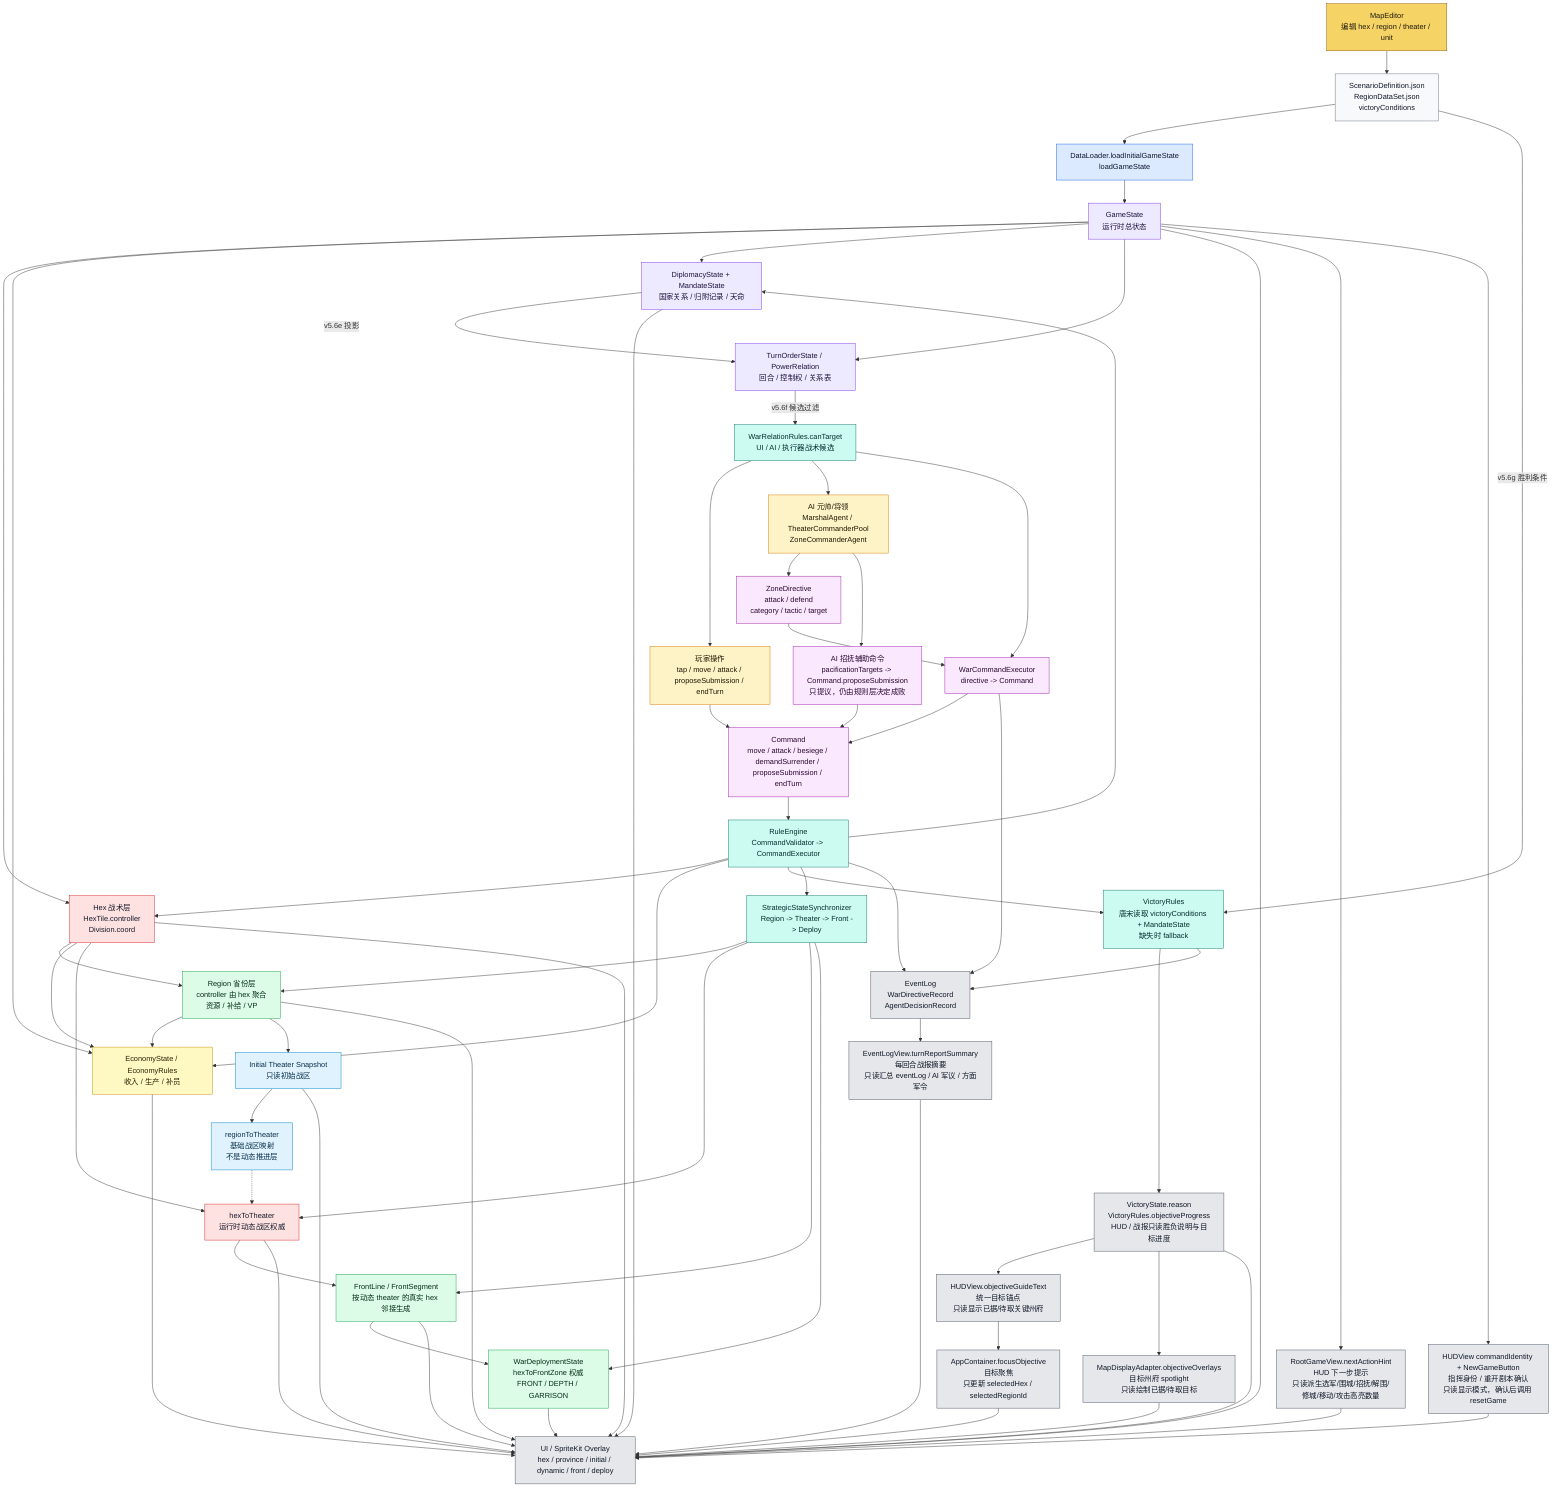
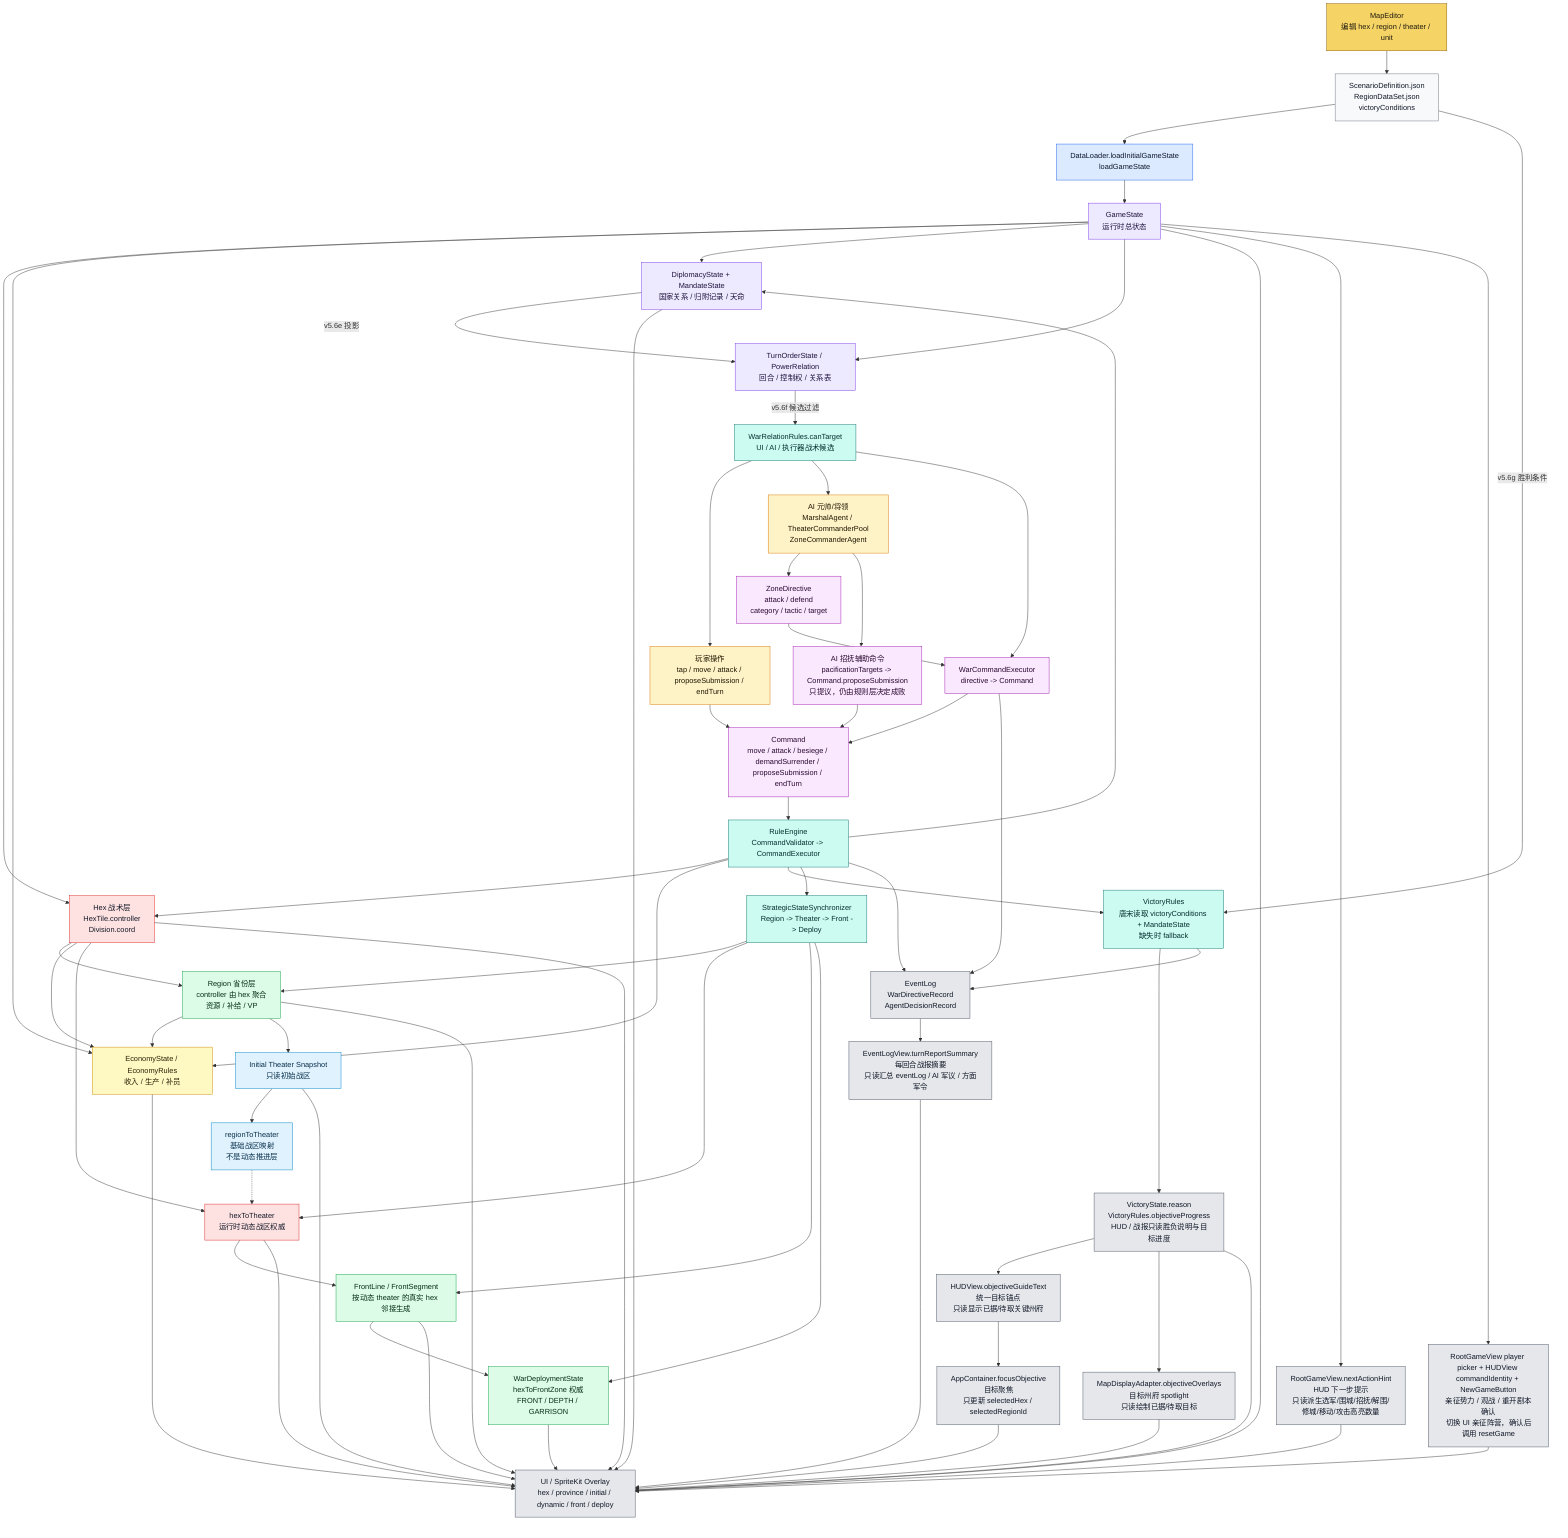
flowchart TD
    ME["MapEditor<br/>编辑 hex / region / theater / unit"]:::editor
    JSON["ScenarioDefinition.json<br/>RegionDataSet.json<br/>victoryConditions"]:::data
    DL["DataLoader.loadInitialGameState<br/>loadGameState"]:::loader
    GS["GameState<br/>运行时总状态"]:::state

    HEX["Hex 战术层<br/>HexTile.controller<br/>Division.coord"]:::authority
    REGION["Region 省份层<br/>controller 由 hex 聚合<br/>资源 / 补给 / VP"]:::derived
    INIT["Initial Theater Snapshot<br/>只读初始战区"]:::snapshot
    R2T["regionToTheater<br/>基础战区映射<br/>不是动态推进层"]:::snapshot
    H2T["hexToTheater<br/>运行时动态战区权威"]:::authority
    FRONT["FrontLine / FrontSegment<br/>按动态 theater 的真实 hex 邻接生成"]:::derived
    DEPLOY["WarDeploymentState<br/>hexToFrontZone 权威<br/>FRONT / DEPTH / GARRISON"]:::derived
    ECO["EconomyState / EconomyRules<br/>收入 / 生产 / 补员"]:::economy
    DIP["DiplomacyState + MandateState<br/>国家关系 / 归附记录 / 天命"]:::state
    TURN["TurnOrderState / PowerRelation<br/>回合 / 控制权 / 关系表"]:::state
    RELCAND["WarRelationRules.canTarget<br/>UI / AI / 执行器战术候选"]:::rules
    VICT["VictoryRules<br/>唐宋读取 victoryConditions + MandateState<br/>缺失时 fallback"]:::rules
    VICTEXT["VictoryState.reason<br/>VictoryRules.objectiveProgress<br/>HUD / 战报只读胜负说明与目标进度"]:::ui
    GOAL["HUDView.objectiveGuideText<br/>统一目标锚点<br/>只读显示已据/待取关键州府"]:::ui
    FOCUS["AppContainer.focusObjective<br/>目标聚焦<br/>只更新 selectedHex / selectedRegionId"]:::ui
    SPOTLIGHT["MapDisplayAdapter.objectiveOverlays<br/>目标州府 spotlight<br/>只读绘制已据/待取目标"]:::ui
    TURNREPORT["EventLogView.turnReportSummary<br/>每回合战报摘要<br/>只读汇总 eventLog / AI 军议 / 方面军令"]:::ui
-     SESSIONHUD["HUDView commandIdentity + NewGameButton<br/>指挥身份 / 重开剧本确认<br/>只读显示模式，确认后调用 resetGame"]:::ui
+     SESSIONHUD["RootGameView player picker + HUDView commandIdentity + NewGameButton<br/>亲征势力 / 观战 / 重开剧本确认<br/>切换 UI 亲征阵营，确认后调用 resetGame"]:::ui
    HINT["RootGameView.nextActionHint<br/>HUD 下一步提示<br/>只读派生选军/围城/招抚/解围/修城/移动/攻击高亮数量"]:::ui

    PLAYER["玩家操作<br/>tap / move / attack / proposeSubmission / endTurn"]:::input
    AI["AI 元帅/将领<br/>MarshalAgent / TheaterCommanderPool<br/>ZoneCommanderAgent"]:::input
    AIPAC["AI 招抚辅助命令<br/>pacificationTargets -> Command.proposeSubmission<br/>只提议，仍由规则层决定成败"]:::command
    ZD["ZoneDirective<br/>attack / defend<br/>category / tactic / target"]:::command
    WCE["WarCommandExecutor<br/>directive -> Command"]:::command
    CMD["Command<br/>move / attack / besiege / demandSurrender / proposeSubmission / endTurn"]:::command
    RE["RuleEngine<br/>CommandValidator -> CommandExecutor"]:::rules
    SYNC["StrategicStateSynchronizer<br/>Region -> Theater -> Front -> Deploy"]:::rules

    UI["UI / SpriteKit Overlay<br/>hex / province / initial / dynamic / front / deploy"]:::ui
    LOG["EventLog<br/>WarDirectiveRecord<br/>AgentDecisionRecord"]:::ui

    ME --> JSON --> DL --> GS
    GS --> HEX
    HEX --> REGION
    HEX --> ECO
    REGION --> ECO
    REGION --> INIT
    INIT --> R2T
    R2T -.-> H2T
    HEX --> H2T
    H2T --> FRONT --> DEPLOY
    GS --> ECO
    GS --> DIP
    GS --> TURN
    DIP -->|v5.6e 投影| TURN
    TURN -->|v5.6f 候选过滤| RELCAND
    JSON -->|v5.6g 胜利条件| VICT

    PLAYER --> CMD
    RELCAND --> PLAYER
    RELCAND --> AI
    RELCAND --> WCE
    AI --> ZD --> WCE --> CMD
    AI --> AIPAC --> CMD
    CMD --> RE --> HEX
    RE --> ECO
    RE --> DIP
    RE --> VICT
    RE --> SYNC
    SYNC --> REGION
    SYNC --> H2T
    SYNC --> FRONT
    SYNC --> DEPLOY

    GS --> UI
    GS --> HINT --> UI
    GS --> SESSIONHUD --> UI
    VICTEXT --> GOAL --> FOCUS --> UI
    VICTEXT --> SPOTLIGHT --> UI
    HEX --> UI
    REGION --> UI
    INIT --> UI
    H2T --> UI
    FRONT --> UI
    DEPLOY --> UI
    ECO --> UI
    DIP --> UI
    VICT --> VICTEXT --> UI
    RE --> LOG
    VICT --> LOG
    WCE --> LOG
    LOG --> TURNREPORT --> UI

    classDef editor fill:#f6d365,stroke:#8a5a00,color:#1f1b10
    classDef data fill:#f8f9fb,stroke:#6b7280,color:#111827
    classDef loader fill:#dbeafe,stroke:#2563eb,color:#0f172a
    classDef state fill:#ede9fe,stroke:#7c3aed,color:#1f143d
    classDef authority fill:#fee2e2,stroke:#dc2626,color:#111827
    classDef derived fill:#dcfce7,stroke:#16a34a,color:#052e16
    classDef snapshot fill:#e0f2fe,stroke:#0284c7,color:#082f49
    classDef input fill:#fef3c7,stroke:#d97706,color:#1f1600
    classDef economy fill:#fef9c3,stroke:#ca8a04,color:#292107
    classDef command fill:#fae8ff,stroke:#a21caf,color:#2a0a2f
    classDef rules fill:#ccfbf1,stroke:#0f766e,color:#042f2e
    classDef ui fill:#e5e7eb,stroke:#4b5563,color:#111827
